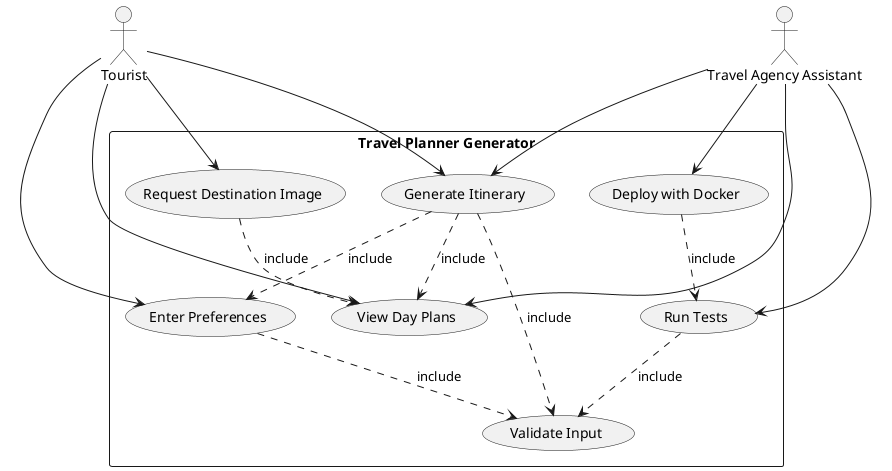
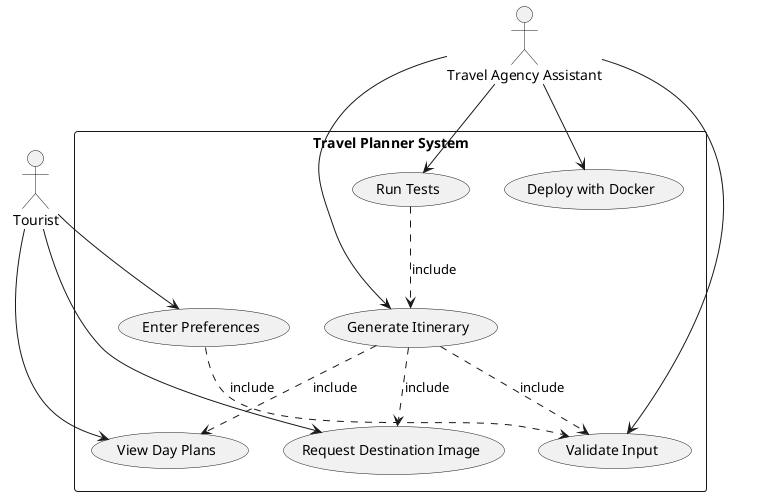
@startuml
actor Tourist
- actor "Travel Agency Assistant" as TravelAgent
+ actor "Travel Agency Assistant" as Assistant

- rectangle "Travel Planner Generator" {
-   usecase "Enter Preferences" as EnterPreferences
-   usecase "Validate Input" as ValidateInput
-   usecase "Generate Itinerary" as GenerateItinerary
-   usecase "View Day Plans" as ViewDayPlans
-   usecase "Request Destination Image" as RequestImage
-   usecase "Run Tests" as RunTests
-   usecase "Deploy with Docker" as DeployDocker
+ rectangle "Travel Planner System" {
+   usecase EnterPrefs as "Enter Preferences"
+   usecase ValidateInput as "Validate Input"
+   usecase GenerateItinerary as "Generate Itinerary"
+   usecase ViewDayPlans as "View Day Plans"
+   usecase RequestImage as "Request Destination Image"
+   usecase RunTests as "Run Tests"
+   usecase DeployDocker as "Deploy with Docker"
}

- Tourist --> EnterPreferences
- Tourist --> GenerateItinerary
+ Tourist --> EnterPrefs
Tourist --> ViewDayPlans
Tourist --> RequestImage

- TravelAgent --> RunTests
- TravelAgent --> DeployDocker
- TravelAgent --> GenerateItinerary
- TravelAgent --> ViewDayPlans
+ Assistant --> ValidateInput
+ Assistant --> GenerateItinerary
+ Assistant --> RunTests
+ Assistant --> DeployDocker

- EnterPreferences ..> ValidateInput : include
+ EnterPrefs ..> ValidateInput : include
GenerateItinerary ..> ValidateInput : include
- GenerateItinerary ..> EnterPreferences : include
GenerateItinerary ..> ViewDayPlans : include
- RequestImage ..> ViewDayPlans : include
- RunTests ..> ValidateInput : include
- DeployDocker ..> RunTests : include
+ GenerateItinerary ..> RequestImage : include
+ RunTests ..> GenerateItinerary : include
@enduml